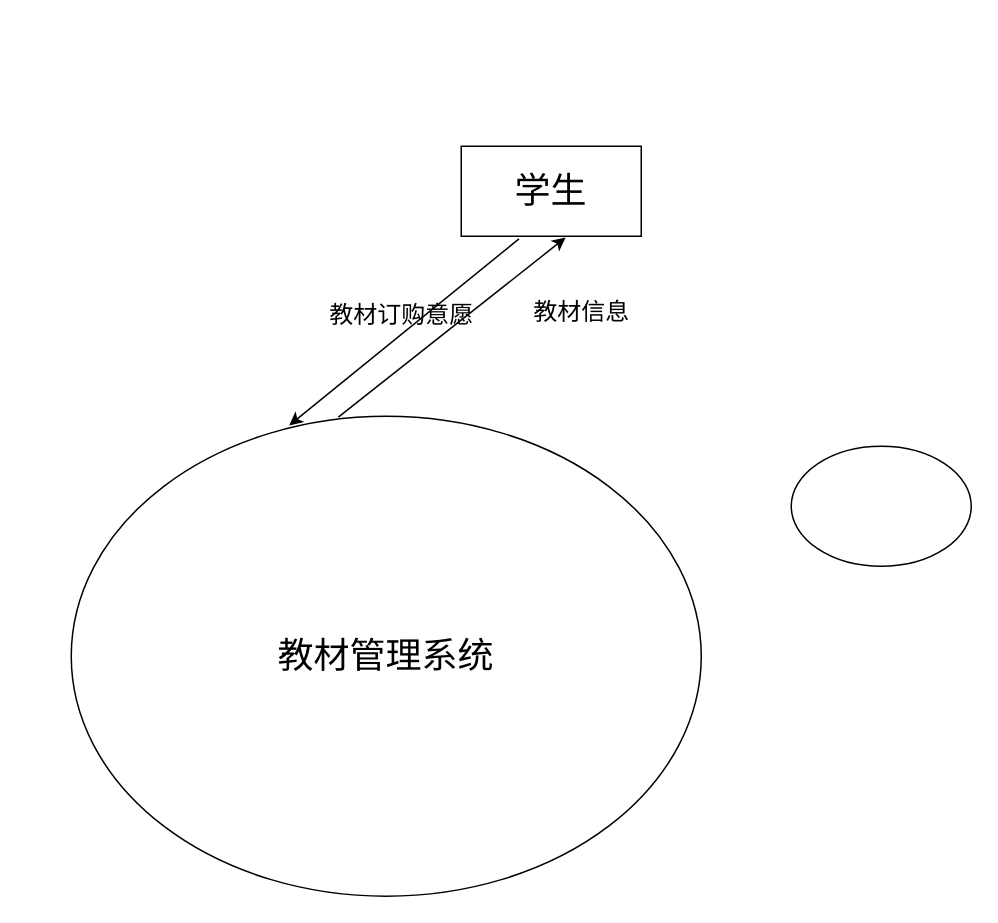
Earlier version of the draw.io diagram page "第 1 页" (1 of 2) of 未命名绘图.drawio (chenkeao/databaseDesign). Source tidied: cells renumbered, new cells numbered last; positions are measured from the earlier drawing's top-left corner, leaving out a move shared by most shapes. Both pictures are drawn from the tidied source at 150%, with x=0, y=0 at pixel (70, 146).
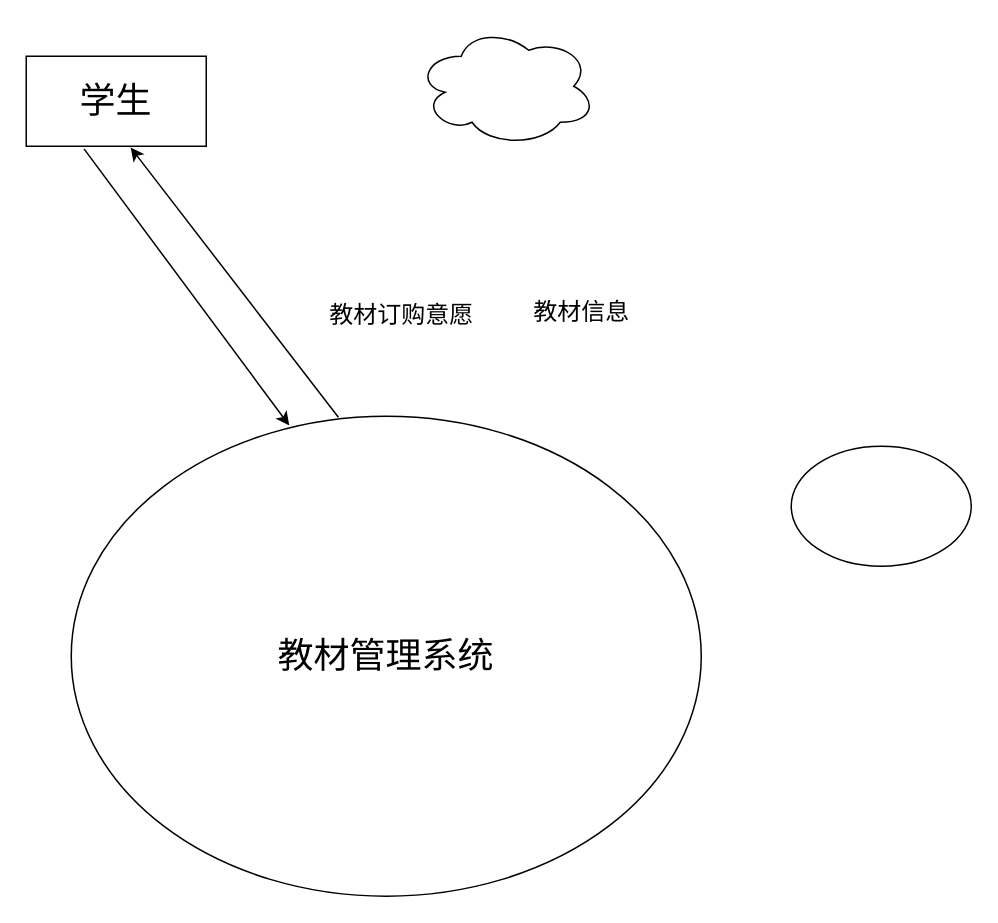
Above is the later version.

What changed in the source:
```diff
@@
 <mxGraphModel>
   <root>
     <mxCell id="0" />
     <mxCell id="1" parent="0" />
     <mxCell id="2" value="&lt;font style=&quot;font-size: 24px;&quot;&gt;教材管理系统&lt;/font&gt;" style="ellipse;whiteSpace=wrap;html=1;" parent="1" vertex="1">
       <mxGeometry y="180" width="420" height="320" as="geometry" />
     </mxCell>
     <mxCell id="3" value="学生" style="rounded=0;whiteSpace=wrap;html=1;fontSize=24;" parent="1" vertex="1">
-      <mxGeometry x="260" width="120" height="60" as="geometry" />
+      <mxGeometry x="-30" y="-60" width="120" height="60" as="geometry" />
     </mxCell>
     <mxCell id="4" style="endArrow=classic;html=1;rounded=0;fontSize=24;exitX=0.321;exitY=1.029;exitDx=0;exitDy=0;entryX=0.346;entryY=0.019;entryDx=0;entryDy=0;entryPerimeter=0;exitPerimeter=0;" parent="1" edge="1" source="3" target="2">
       <mxGeometry relative="1" as="geometry" />
     </mxCell>
     <mxCell id="5" value="&lt;font style=&quot;font-size: 16px;&quot;&gt;教材订购意愿&lt;/font&gt;" style="text;html=1;align=center;verticalAlign=middle;strokeColor=none;fillColor=none;fontSize=24;" parent="1" vertex="1">
       <mxGeometry x="160" y="90" width="120" height="40" as="geometry" />
     </mxCell>
     <mxCell id="6" style="endArrow=classic;html=1;rounded=0;fontSize=16;exitX=0.424;exitY=0.002;exitDx=0;exitDy=0;exitPerimeter=0;entryX=0.58;entryY=1.014;entryDx=0;entryDy=0;entryPerimeter=0;" parent="1" edge="1" source="2" target="3">
       <mxGeometry relative="1" as="geometry" />
     </mxCell>
     <mxCell id="7" value="教材信息" style="text;html=1;align=center;verticalAlign=middle;strokeColor=none;fillColor=none;fontSize=16;" parent="1" vertex="1">
       <mxGeometry x="295" y="95" width="90" height="30" as="geometry" />
     </mxCell>
     <mxCell id="8" style="ellipse;whiteSpace=wrap;html=1;fontSize=16;" parent="1" vertex="1">
       <mxGeometry x="480" y="200" width="120" height="80" as="geometry" />
     </mxCell>
+    <mxCell id="9" style="ellipse;shape=cloud;whiteSpace=wrap;html=1;" parent="1" vertex="1">
+      <mxGeometry x="230" y="-80" width="120" height="80" as="geometry" />
+    </mxCell>
   </root>
 </mxGraphModel>
```
